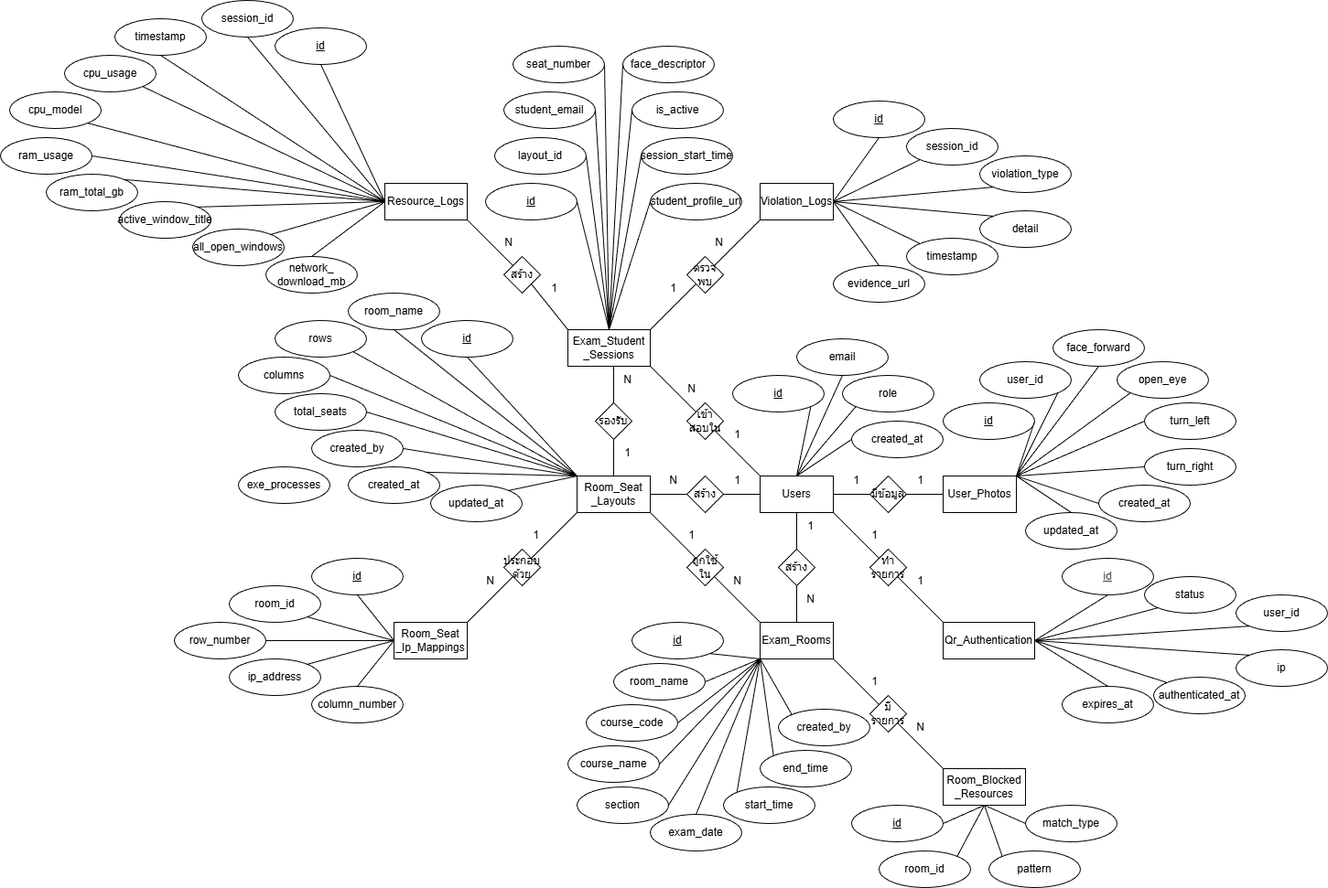
Earlier version of the draw.io export diagram_now/diagran_picture/ER_diagram.png (PatcharaphonKoosomsarp/FACE-EXAM). Source tidied: cells renumbered, new cells last; positions are measured from the earlier drawing's top-left corner, leaving out a move shared by most shapes.
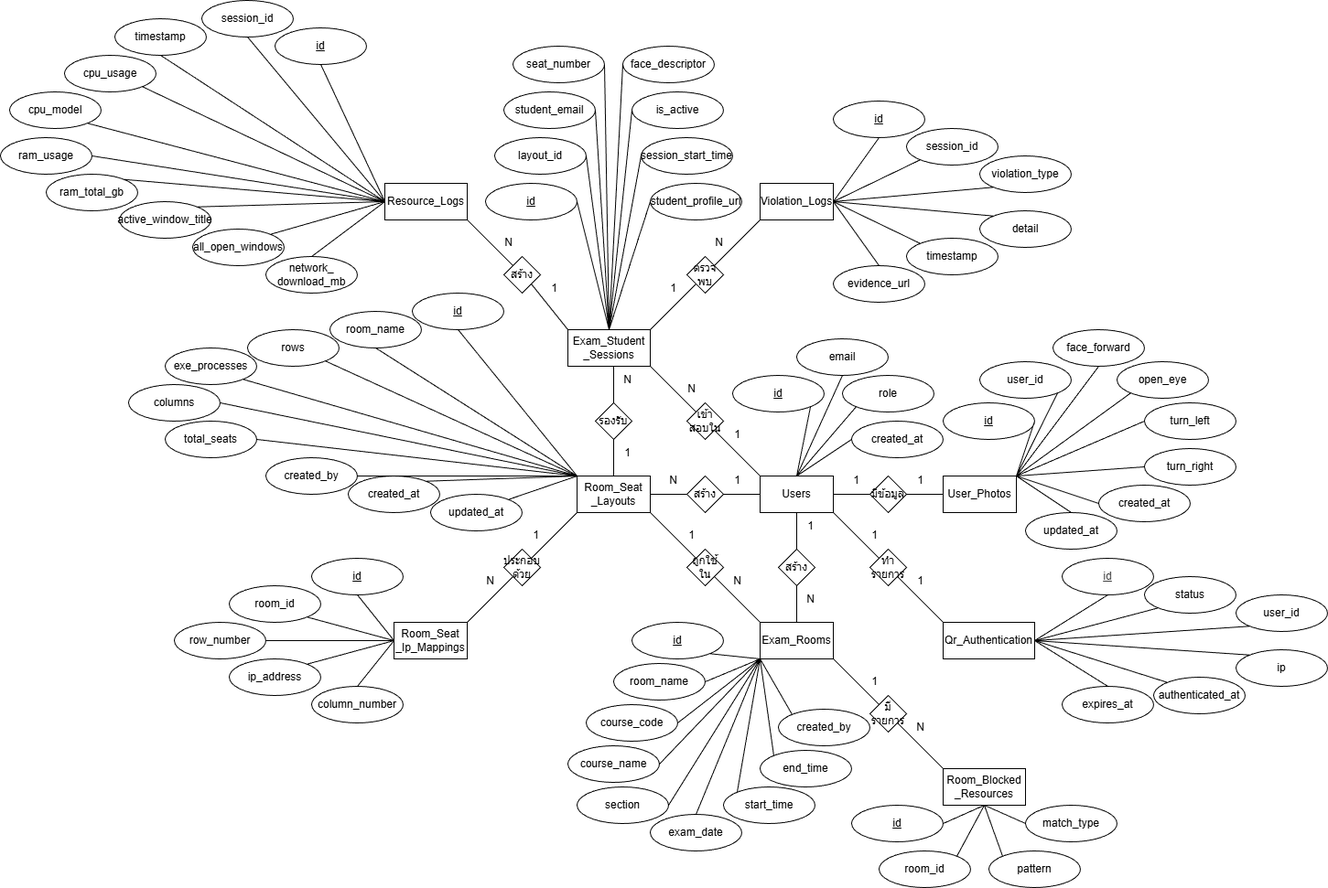
Above is the later version.

What changed in the source:
```diff
@@ -12,28 +12,28 @@
       <mxGeometry x="920" y="510" width="30" height="30" as="geometry" />
     </mxCell>
     <mxCell id="5" value="&lt;u&gt;id&lt;/u&gt;" style="ellipse;whiteSpace=wrap;html=1;align=center;" parent="1" vertex="1">
-      <mxGeometry x="460" y="350" width="100" height="40" as="geometry" />
+      <mxGeometry x="450" y="320" width="100" height="40" as="geometry" />
     </mxCell>
     <mxCell id="6" value="room_name" style="ellipse;whiteSpace=wrap;html=1;align=center;" parent="1" vertex="1">
-      <mxGeometry x="380" y="320" width="100" height="40" as="geometry" />
+      <mxGeometry x="360" y="340" width="100" height="40" as="geometry" />
     </mxCell>
     <mxCell id="7" value="rows" style="ellipse;whiteSpace=wrap;html=1;align=center;" parent="1" vertex="1">
-      <mxGeometry x="300" y="350" width="100" height="40" as="geometry" />
+      <mxGeometry x="270" y="360" width="100" height="40" as="geometry" />
     </mxCell>
     <mxCell id="8" value="columns" style="ellipse;whiteSpace=wrap;html=1;align=center;" parent="1" vertex="1">
-      <mxGeometry x="260" y="390" width="100" height="40" as="geometry" />
+      <mxGeometry x="140" y="420" width="100" height="40" as="geometry" />
     </mxCell>
     <mxCell id="9" value="total_seats" style="ellipse;whiteSpace=wrap;html=1;align=center;" parent="1" vertex="1">
-      <mxGeometry x="300" y="430" width="100" height="40" as="geometry" />
+      <mxGeometry x="180" y="460" width="100" height="40" as="geometry" />
     </mxCell>
     <mxCell id="10" value="created_by" style="ellipse;whiteSpace=wrap;html=1;align=center;" parent="1" vertex="1">
-      <mxGeometry x="340" y="470" width="100" height="40" as="geometry" />
+      <mxGeometry x="290" y="500" width="100" height="40" as="geometry" />
     </mxCell>
     <mxCell id="11" value="created_at" style="ellipse;whiteSpace=wrap;html=1;align=center;" parent="1" vertex="1">
-      <mxGeometry x="380" y="510" width="100" height="40" as="geometry" />
+      <mxGeometry x="380" y="520" width="100" height="40" as="geometry" />
     </mxCell>
     <mxCell id="12" value="updated_at" style="ellipse;whiteSpace=wrap;html=1;align=center;" parent="1" vertex="1">
-      <mxGeometry x="470" y="530" width="100" height="40" as="geometry" />
+      <mxGeometry x="470" y="540" width="100" height="40" as="geometry" />
     </mxCell>
     <mxCell id="13" value="&lt;u&gt;id&lt;/u&gt;" style="ellipse;whiteSpace=wrap;html=1;align=center;" parent="1" vertex="1">
       <mxGeometry x="340" y="610" width="100" height="40" as="geometry" />
@@ -135,7 +135,7 @@
       <mxGeometry x="290" y="280" width="100" height="40" as="geometry" />
     </mxCell>
     <mxCell id="46" value="exe_processes" style="ellipse;whiteSpace=wrap;html=1;align=center;" parent="1" vertex="1">
-      <mxGeometry x="260" y="510" width="100" height="40" as="geometry" />
+      <mxGeometry x="180" y="380" width="100" height="40" as="geometry" />
     </mxCell>
     <mxCell id="47" value="cpu_model" style="ellipse;whiteSpace=wrap;html=1;align=center;" parent="1" vertex="1">
       <mxGeometry x="10" y="100" width="100" height="40" as="geometry" />
@@ -644,5 +644,8 @@
     <mxCell id="203" style="endArrow=none;html=1;rounded=0;entryX=0;entryY=0.5;entryDx=0;entryDy=0;exitX=0.5;exitY=1;exitDx=0;exitDy=0;" parent="1" edge="1" source="40" target="74">
       <mxGeometry relative="1" as="geometry" />
     </mxCell>
+    <mxCell id="204" style="endArrow=none;html=1;rounded=0;entryX=0;entryY=0;entryDx=0;entryDy=0;exitX=1;exitY=1;exitDx=0;exitDy=0;" parent="1" edge="1" source="46" target="69">
+      <mxGeometry relative="1" as="geometry" />
+    </mxCell>
   </root>
 </mxGraphModel>
```
